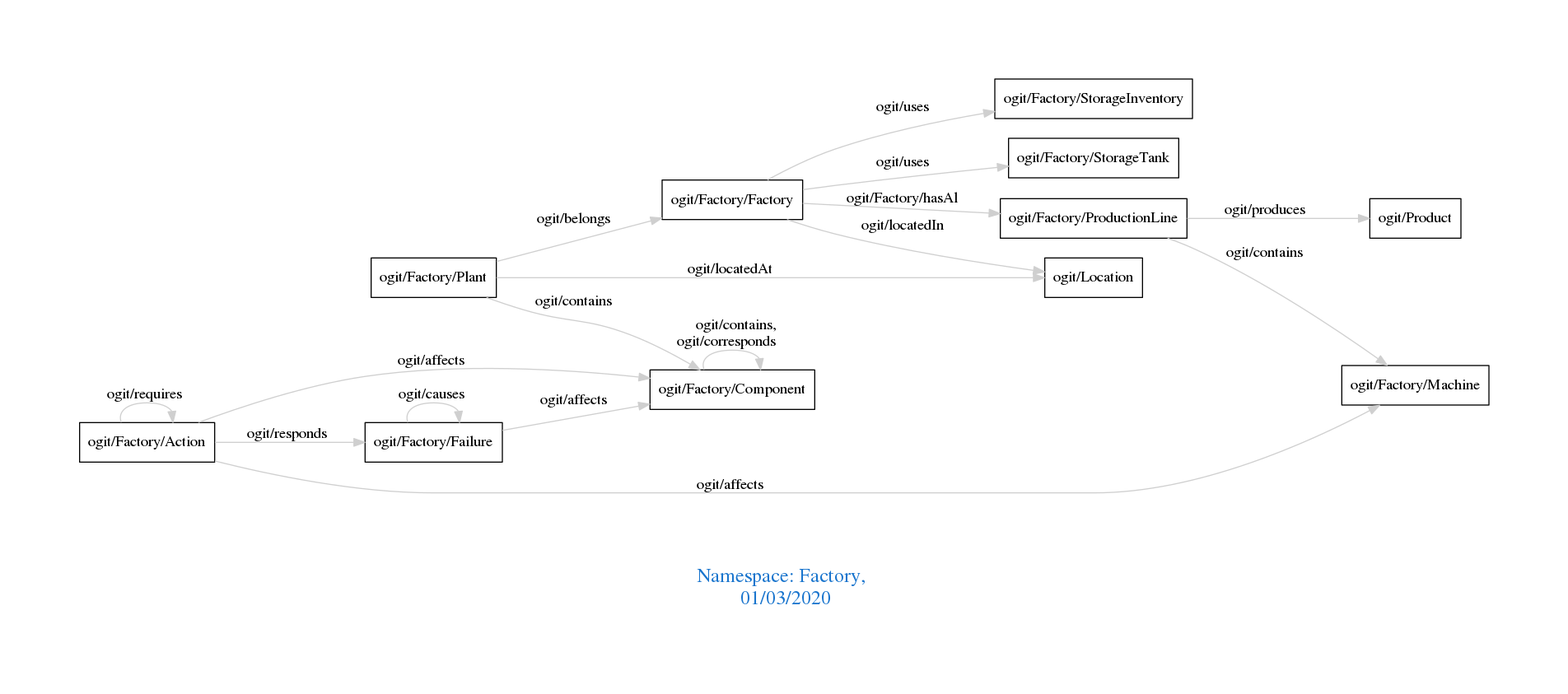
Above: downloads/Factory.png in arago/OGIT (Graphviz), before the change. Its source is kept beside it as downloads/Factory.dot.
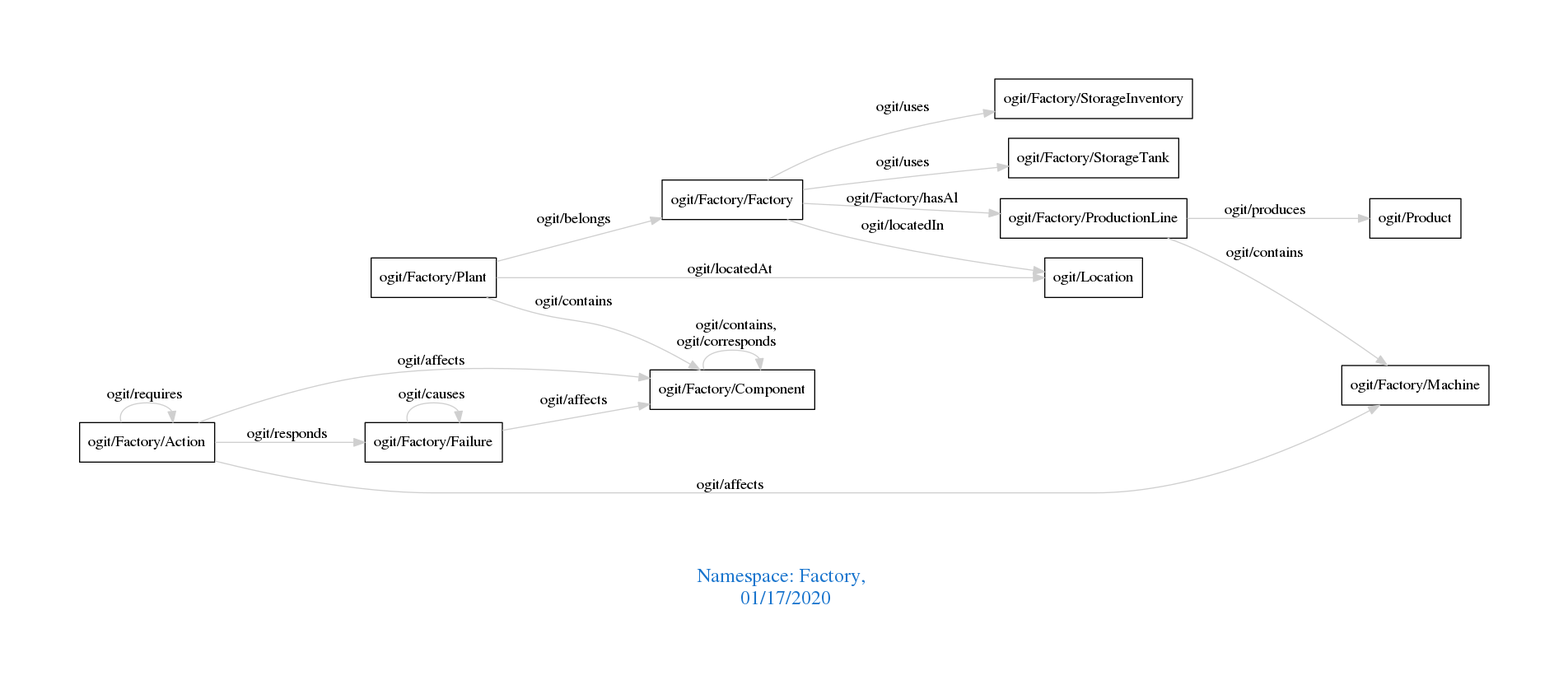
The same file after the commit.

Diff of the diagram source:
```diff
@@ -1,7 +1,7 @@
 digraph OGIT_ontology {
  graph [ rankdir= LR,pad=1
 fontsize = 18,
-fontcolor= dodgerblue3,label = "\n\n\nNamespace: Factory, \n 01/03/2020"];
+fontcolor= dodgerblue3,label = "\n\n\nNamespace: Factory, \n 01/17/2020"];
 node[shape=polygon];
 edge [  color="gray81"];
 
```
